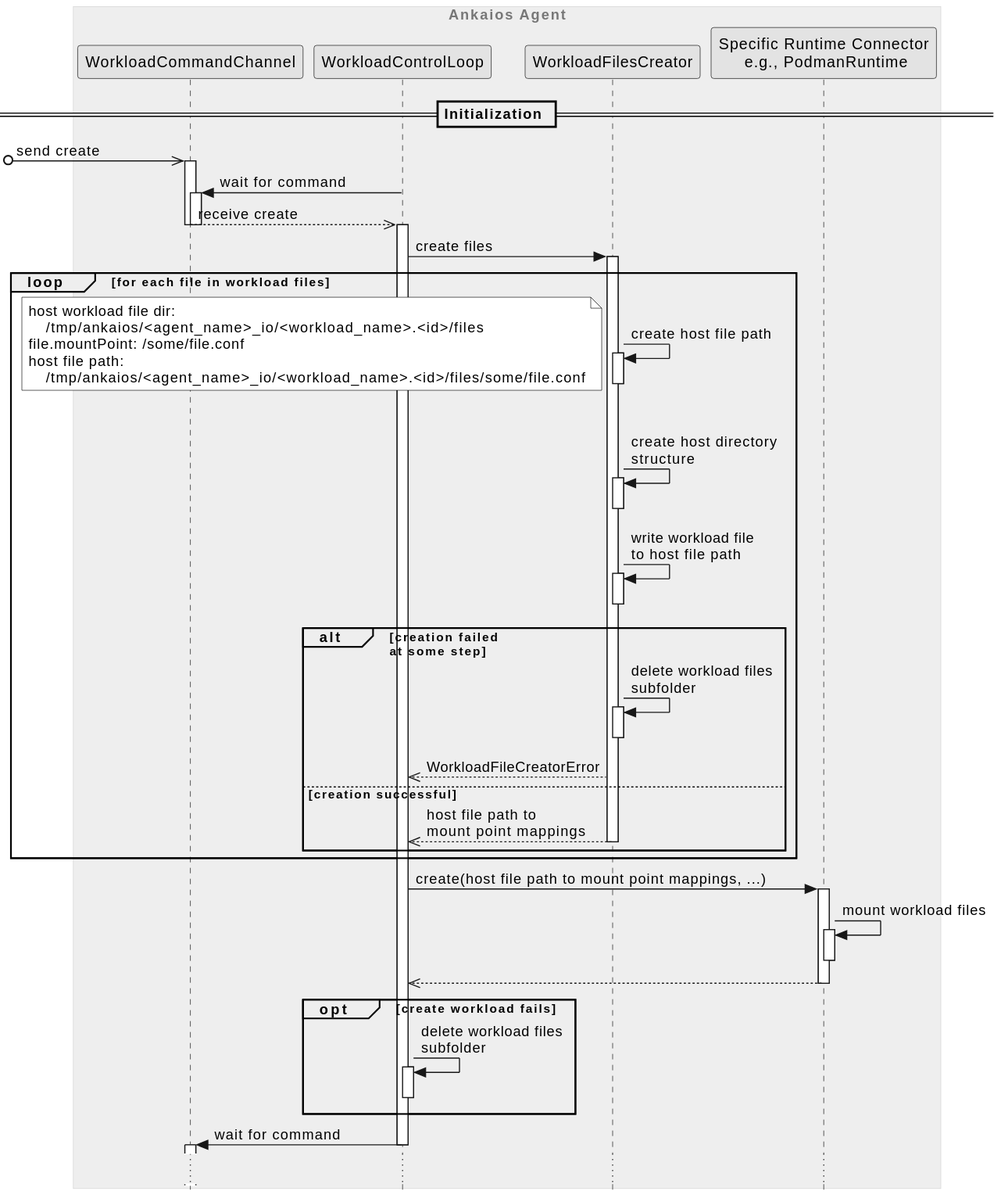
Above: agent/doc/swdesign/plantuml/seq_workload_files.svg in eclipse-ankaios/ankaios (PlantUML), before the change.
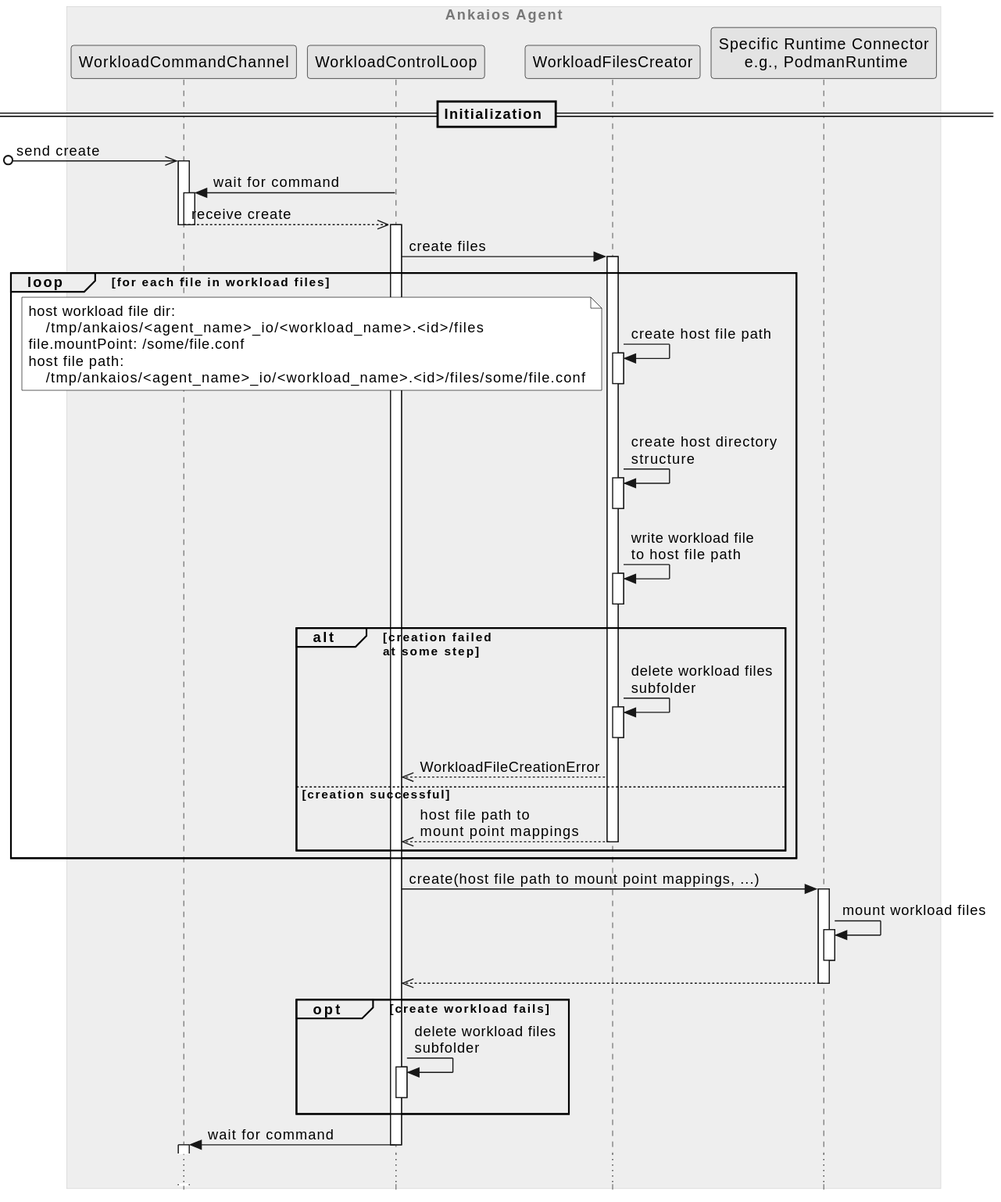
The same diagram one commit later.

The edit, as a diff of the source:
```diff
@@ -27,7 +27,7 @@
     workload_files_creator -> workload_files_creator++--: write workload file\nto host file path
     alt creation failed\nat some step
         workload_files_creator -> workload_files_creator++--: delete workload files\nsubfolder
-        workload_files_creator -->> workload_control_loop: WorkloadFileCreatorError
+        workload_files_creator -->> workload_control_loop: WorkloadFileCreationError
     else creation successful
         workload_files_creator -->> workload_control_loop--: host file path to\nmount point mappings
     end
```
